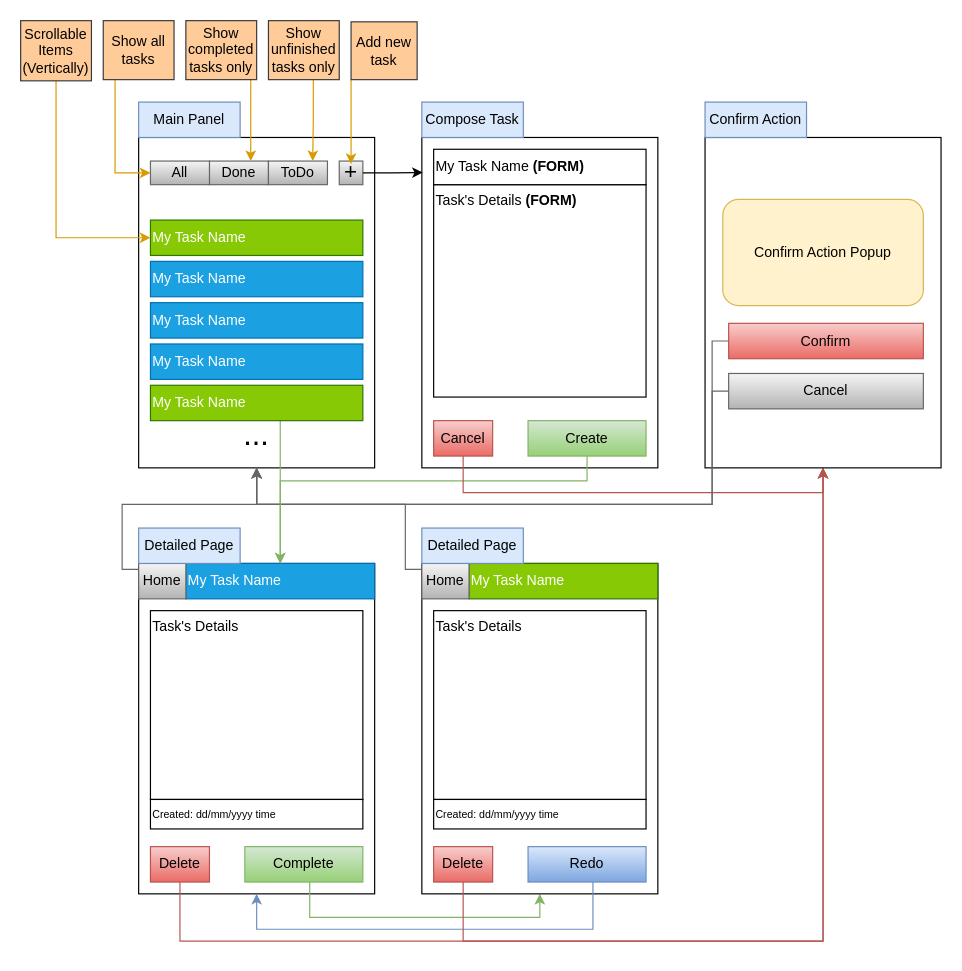
Earlier version of the draw.io diagram doc/wire frames.drawio (gubrus50/to-do-list). Source tidied: cells renumbered, new cells numbered last; positions are measured from the earlier drawing's top-left corner, leaving out a move shared by most shapes. Both pictures are drawn from the tidied source at 118%, with x=0, y=0 at pixel (20, 20).
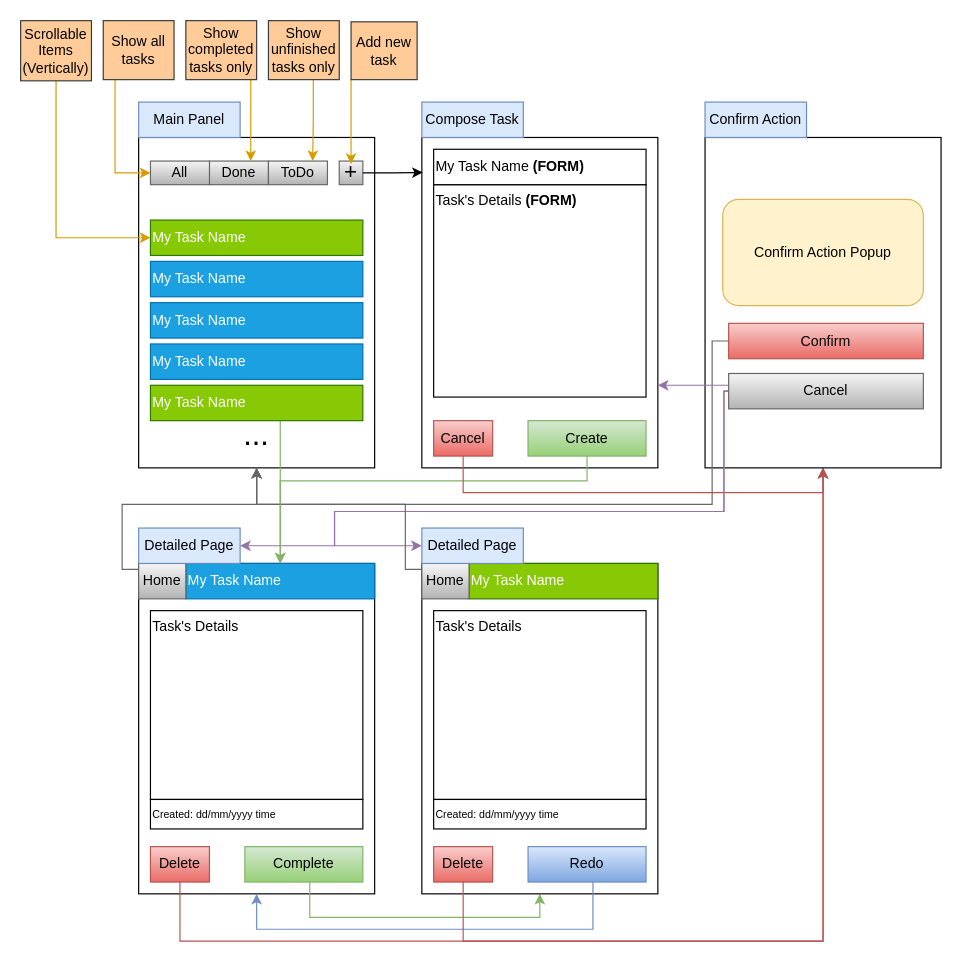
Above is the later version.

Unchanged cells that the change refers to:
```xml
<mxCell id="2" style="rounded=0;whiteSpace=wrap;html=1;" parent="1" vertex="1">
  <mxGeometry x="100" y="99" width="200" height="280" as="geometry" />
</mxCell>
<mxCell id="30" style="rounded=0;whiteSpace=wrap;html=1;" parent="1" vertex="1">
  <mxGeometry x="340" y="99" width="200" height="280" as="geometry" />
</mxCell>
<mxCell id="52" value="Cancel" style="rounded=0;whiteSpace=wrap;html=1;fillColor=#f5f5f5;gradientColor=#b3b3b3;strokeColor=#666666;" parent="1" vertex="1">
  <mxGeometry x="600" y="299" width="165" height="30" as="geometry" />
</mxCell>
<mxCell id="61" value="Detailed Page" style="text;html=1;strokeColor=#6c8ebf;fillColor=#dae8fc;align=center;verticalAlign=middle;whiteSpace=wrap;rounded=0;" parent="1" vertex="1">
  <mxGeometry x="100" y="430" width="86" height="30" as="geometry" />
</mxCell>
<mxCell id="62" value="Detailed Page" style="text;html=1;strokeColor=#6c8ebf;fillColor=#dae8fc;align=center;verticalAlign=middle;whiteSpace=wrap;rounded=0;" parent="1" vertex="1">
  <mxGeometry x="340" y="430" width="86" height="30" as="geometry" />
</mxCell>
```

The edit, as a diff of the source:
```diff
@@
-    <mxCell id="51" style="edgeStyle=orthogonalEdgeStyle;rounded=0;jettySize=auto;html=1;entryX=0.5;entryY=1;entryDx=0;entryDy=0;fillColor=#f5f5f5;strokeColor=#666666;" parent="1" edge="1" source="52" target="2">
-      <mxGeometry relative="1" as="geometry">
-        <Array as="points">
-          <mxPoint x="586" y="314" />
-          <mxPoint x="586" y="410" />
-          <mxPoint x="200" y="410" />
-        </Array>
-      </mxGeometry>
-    </mxCell>
+    <mxCell id="66" style="edgeStyle=orthogonalEdgeStyle;rounded=0;jettySize=auto;html=1;fillColor=#e1d5e7;strokeColor=#9673a6;entryX=0;entryY=0.5;entryDx=0;entryDy=0;" parent="1" edge="1" source="52" target="62">
+      <mxGeometry relative="1" as="geometry">
+        <Array as="points">
+          <mxPoint x="596" y="314" />
+          <mxPoint x="596" y="416" />
+          <mxPoint x="266" y="416" />
+          <mxPoint x="266" y="445" />
+        </Array>
+      </mxGeometry>
+    </mxCell>
+    <mxCell id="67" style="edgeStyle=orthogonalEdgeStyle;rounded=0;jettySize=auto;html=1;entryX=1;entryY=0.5;entryDx=0;entryDy=0;fillColor=#e1d5e7;strokeColor=#9673a6;" parent="1" edge="1" source="52" target="61">
+      <mxGeometry relative="1" as="geometry">
+        <Array as="points">
+          <mxPoint x="596" y="314" />
+          <mxPoint x="596" y="416" />
+          <mxPoint x="266" y="416" />
+          <mxPoint x="266" y="445" />
+        </Array>
+      </mxGeometry>
+    </mxCell>
+    <mxCell id="68" style="edgeStyle=orthogonalEdgeStyle;rounded=0;jettySize=auto;html=1;entryX=1;entryY=0.75;entryDx=0;entryDy=0;fillColor=#e1d5e7;strokeColor=#9673a6;" parent="1" edge="1" source="52" target="30">
+      <mxGeometry relative="1" as="geometry">
+        <Array as="points">
+          <mxPoint x="586" y="309" />
+          <mxPoint x="586" y="309" />
+        </Array>
+      </mxGeometry>
+    </mxCell>
```
